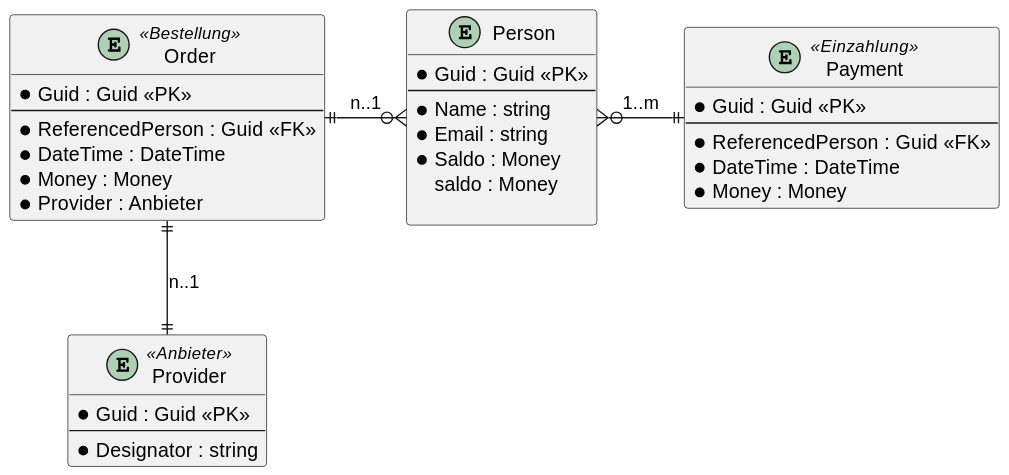
Kretchen001/Essenskasse keeps this PlantUML diagram as documentation/database/Database.svg. Above is the earlier version.
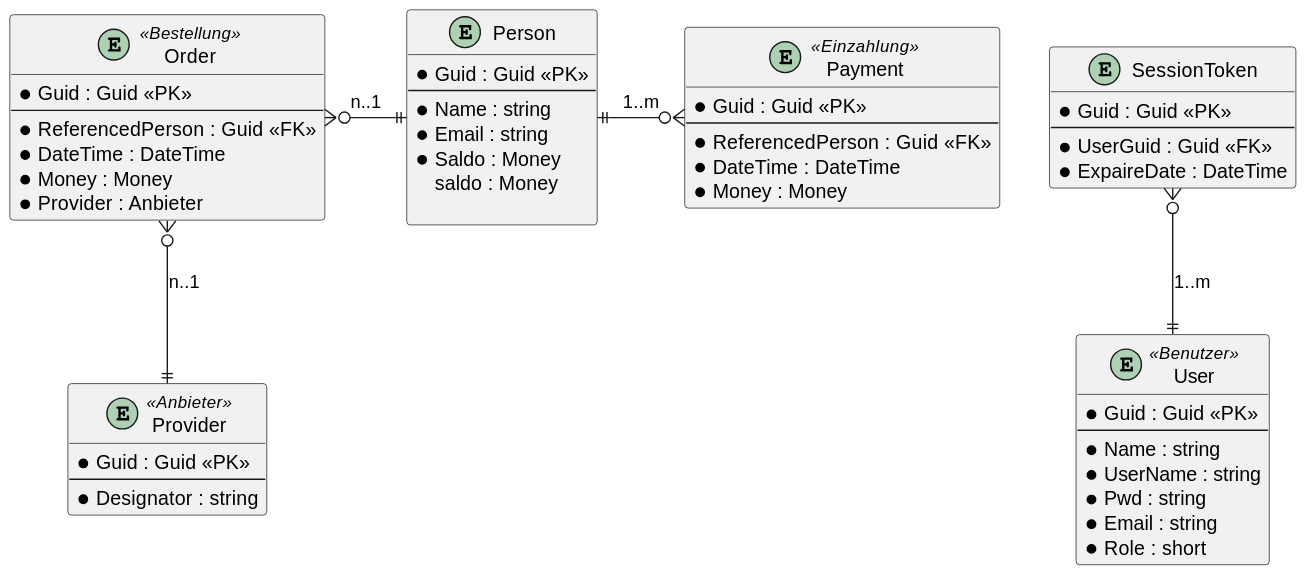
After the change.

Commit message:
Database Script Update and documentation of DB

Diff of the diagram source:
```diff
@@ -1,5 +1,4 @@
-@startuml Database
-
+@startuml
     entity Provider <<Anbieter>>  {
         * Guid : Guid <<PK>>
         --
@@ -33,8 +32,26 @@
         * Money : Money
     }
 
-    Order ||-right-o{ Person : n..1
-    Payment ||-left-o{ Person : 1..m
-    Order ||-down-|| Provider : n..1
+    entity User <<Benutzer>> {
+        * Guid : Guid <<PK>>
+        --
+        * Name : string
+        * UserName : string
+        * Pwd : string
+        * Email : string
+        * Role : short
+    }
 
+    entity SessionToken {
+        * Guid : Guid <<PK>>
+        --
+        * UserGuid : Guid <<FK>>
+        * ExpaireDate : DateTime
+    }
+
+    Order }o-right-|| Person : n..1
+    Payment }o-left-|| Person : 1..m
+    Order }o-down-|| Provider : n..1
+
+    SessionToken }o--|| User : 1..m
 @enduml
```
